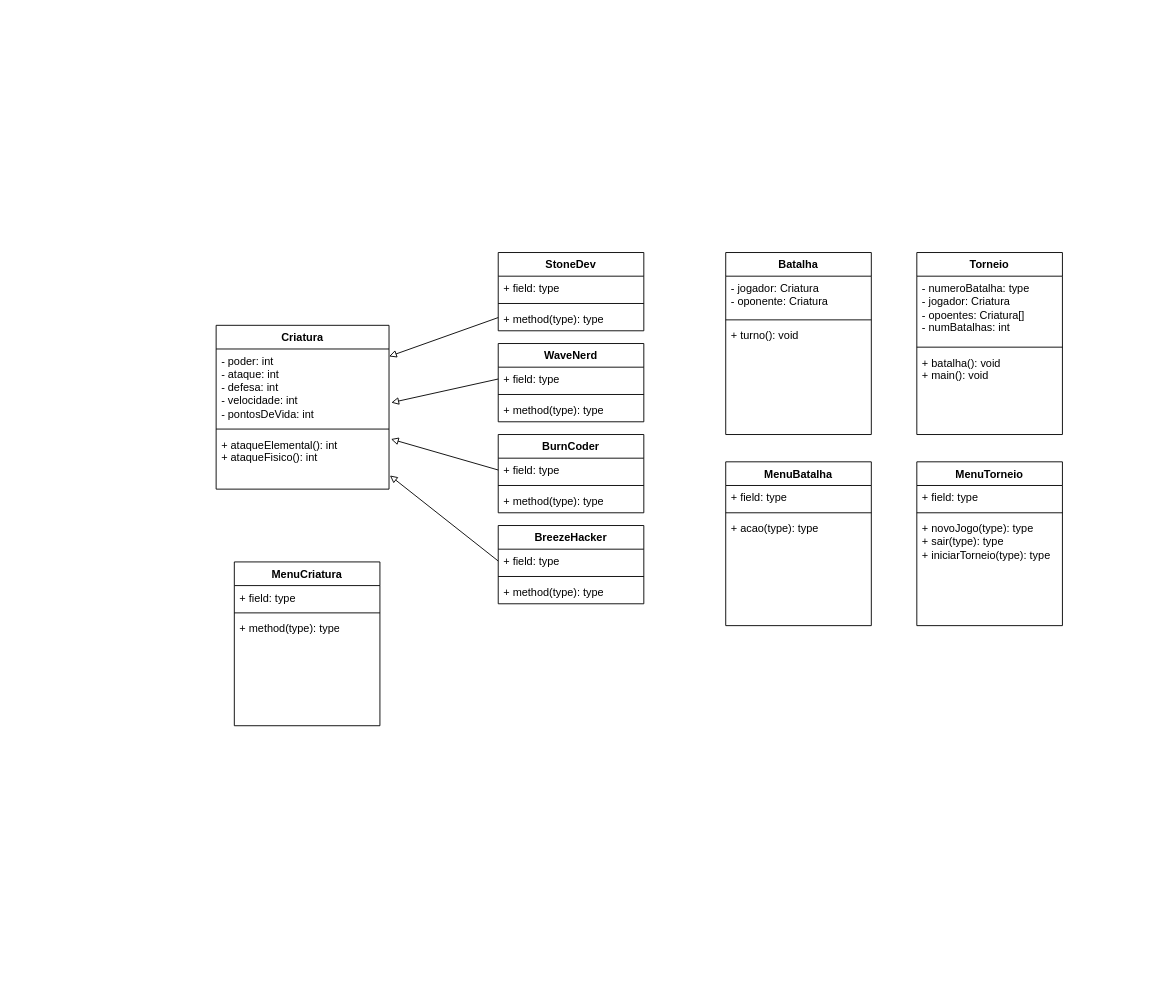
Above: Esquema trabalho poo.drawio in Felipe-Borba/ElementOOPs (draw.io), before the change. Source tidied: cells renumbered, new cells numbered last; positions are measured from the earlier drawing's top-left corner, leaving out a move shared by most shapes. Both pictures are drawn from the tidied source at 91%, with x=0, y=0 at pixel (216, 252).
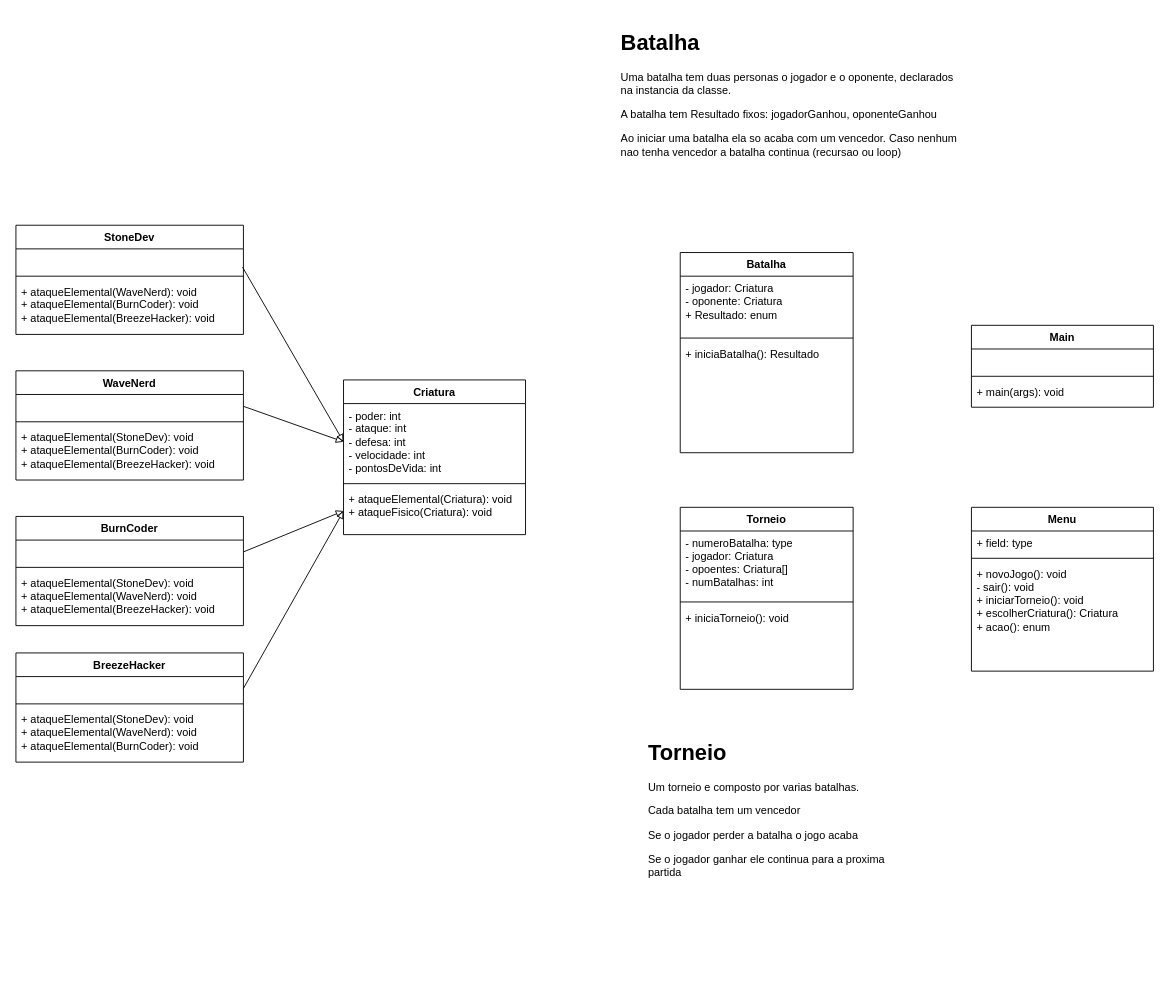
Above is the later version.

Commit message:
complement project schema

Change to the diagram source:
```diff
@@
     <mxCell id="2" value="Criatura" style="swimlane;fontStyle=1;align=center;verticalAlign=top;horizontal=1;startSize=26;whiteSpace=wrap;html=1;" parent="1" vertex="1">
-      <mxGeometry y="80" width="190" height="180" as="geometry" />
+      <mxGeometry x="140" y="140" width="200" height="170" as="geometry" />
     </mxCell>
     <mxCell id="3" value="- poder: int&lt;br&gt;- ataque: int&lt;br&gt;- defesa: int&lt;br&gt;- velocidade: int&lt;br&gt;- pontosDeVida: int" style="text;strokeColor=none;fillColor=none;align=left;verticalAlign=top;spacingLeft=4;spacingRight=4;overflow=hidden;points=[[0,0.5],[1,0.5]];portConstraint=eastwest;whiteSpace=wrap;html=1;" parent="2" vertex="1">
-      <mxGeometry y="26" width="190" height="84" as="geometry" />
+      <mxGeometry y="26" width="200" height="84" as="geometry" />
     </mxCell>
     <mxCell id="4" style="line;strokeWidth=1;fillColor=none;align=left;verticalAlign=middle;spacingTop=-1;spacingLeft=3;spacingRight=3;labelPosition=right;strokeColor=inherit;" parent="2" vertex="1">
-      <mxGeometry y="110" width="190" height="8" as="geometry" />
+      <mxGeometry y="110" width="200" height="8" as="geometry" />
     </mxCell>
-    <mxCell id="5" value="+&amp;nbsp;ataqueElemental(): int&lt;br&gt;+ ataqueFisico(): int" style="text;strokeColor=none;fillColor=none;align=left;verticalAlign=top;spacingLeft=4;spacingRight=4;overflow=hidden;points=[[0,0.5],[1,0.5]];portConstraint=eastwest;whiteSpace=wrap;html=1;" parent="2" vertex="1">
-      <mxGeometry y="118" width="190" height="62" as="geometry" />
+    <mxCell id="5" value="+&amp;nbsp;ataqueElemental(Criatura): void&lt;br&gt;+ ataqueFisico(Criatura): void" style="text;strokeColor=none;fillColor=none;align=left;verticalAlign=top;spacingLeft=4;spacingRight=4;overflow=hidden;points=[[0,0.5],[1,0.5]];portConstraint=eastwest;whiteSpace=wrap;html=1;" parent="2" vertex="1">
+      <mxGeometry y="118" width="200" height="52" as="geometry" />
     </mxCell>
-    <mxCell id="6" style="rounded=0;jettySize=auto;html=1;endArrow=block;endFill=0;" parent="1" edge="1" source="7" target="3">
+    <mxCell id="6" style="rounded=0;jettySize=auto;html=1;endArrow=block;endFill=0;entryX=0;entryY=0.5;entryDx=0;entryDy=0;exitX=0.996;exitY=0.769;exitDx=0;exitDy=0;exitPerimeter=0;" parent="1" edge="1" source="8" target="3">
       <mxGeometry relative="1" as="geometry" />
     </mxCell>
     <mxCell id="7" value="StoneDev" style="swimlane;fontStyle=1;align=center;verticalAlign=top;horizontal=1;startSize=26;whiteSpace=wrap;html=1;" parent="1" vertex="1">
-      <mxGeometry x="310" width="160" height="86" as="geometry" />
+      <mxGeometry x="-220" y="-30" width="250" height="120" as="geometry" />
     </mxCell>
-    <mxCell id="8" value="+ field: type" style="text;strokeColor=none;fillColor=none;align=left;verticalAlign=top;spacingLeft=4;spacingRight=4;overflow=hidden;points=[[0,0.5],[1,0.5]];portConstraint=eastwest;whiteSpace=wrap;html=1;" parent="7" vertex="1">
-      <mxGeometry y="26" width="160" height="26" as="geometry" />
+    <mxCell id="8" value="&amp;nbsp;" style="text;strokeColor=none;fillColor=none;align=left;verticalAlign=top;spacingLeft=4;spacingRight=4;overflow=hidden;points=[[0,0.5],[1,0.5]];portConstraint=eastwest;whiteSpace=wrap;html=1;" parent="7" vertex="1">
+      <mxGeometry y="26" width="250" height="26" as="geometry" />
     </mxCell>
     <mxCell id="9" style="line;strokeWidth=1;fillColor=none;align=left;verticalAlign=middle;spacingTop=-1;spacingLeft=3;spacingRight=3;labelPosition=right;strokeColor=inherit;" parent="7" vertex="1">
-      <mxGeometry y="52" width="160" height="8" as="geometry" />
+      <mxGeometry y="52" width="250" height="8" as="geometry" />
     </mxCell>
-    <mxCell id="10" value="+ method(type): type" style="text;strokeColor=none;fillColor=none;align=left;verticalAlign=top;spacingLeft=4;spacingRight=4;overflow=hidden;whiteSpace=wrap;html=1;" parent="7" vertex="1">
-      <mxGeometry y="60" width="160" height="26" as="geometry" />
+    <mxCell id="10" value="+ ataqueElemental(WaveNerd): void&lt;br&gt;+ ataqueElemental(BurnCoder): void&lt;br&gt;+ ataqueElemental(BreezeHacker): void" style="text;strokeColor=none;fillColor=none;align=left;verticalAlign=top;spacingLeft=4;spacingRight=4;overflow=hidden;whiteSpace=wrap;html=1;" parent="7" vertex="1">
+      <mxGeometry y="60" width="250" height="60" as="geometry" />
     </mxCell>
     <mxCell id="11" value="WaveNerd" style="swimlane;fontStyle=1;align=center;verticalAlign=top;horizontal=1;startSize=26;whiteSpace=wrap;html=1;" parent="1" vertex="1">
-      <mxGeometry x="310" y="100" width="160" height="86" as="geometry" />
+      <mxGeometry x="-220" y="130" width="250" height="120" as="geometry" />
     </mxCell>
-    <mxCell id="12" value="+ field: type" style="text;strokeColor=none;fillColor=none;align=left;verticalAlign=top;spacingLeft=4;spacingRight=4;overflow=hidden;points=[[0,0.5],[1,0.5]];portConstraint=eastwest;whiteSpace=wrap;html=1;" parent="11" vertex="1">
-      <mxGeometry y="26" width="160" height="26" as="geometry" />
+    <mxCell id="12" value="&amp;nbsp;" style="text;strokeColor=none;fillColor=none;align=left;verticalAlign=top;spacingLeft=4;spacingRight=4;overflow=hidden;points=[[0,0.5],[1,0.5]];portConstraint=eastwest;whiteSpace=wrap;html=1;" parent="11" vertex="1">
+      <mxGeometry y="26" width="250" height="26" as="geometry" />
     </mxCell>
     <mxCell id="13" style="line;strokeWidth=1;fillColor=none;align=left;verticalAlign=middle;spacingTop=-1;spacingLeft=3;spacingRight=3;labelPosition=right;strokeColor=inherit;" parent="11" vertex="1">
-      <mxGeometry y="52" width="160" height="8" as="geometry" />
+      <mxGeometry y="52" width="250" height="8" as="geometry" />
     </mxCell>
-    <mxCell id="14" value="+ method(type): type" style="text;strokeColor=none;fillColor=none;align=left;verticalAlign=top;spacingLeft=4;spacingRight=4;overflow=hidden;whiteSpace=wrap;html=1;" parent="11" vertex="1">
-      <mxGeometry y="60" width="160" height="26" as="geometry" />
+    <mxCell id="14" value="+ ataqueElemental(StoneDev): void&lt;br style=&quot;border-color: var(--border-color);&quot;&gt;+ ataqueElemental(BurnCoder): void&lt;br style=&quot;border-color: var(--border-color);&quot;&gt;+ ataqueElemental(BreezeHacker): void" style="text;strokeColor=none;fillColor=none;align=left;verticalAlign=top;spacingLeft=4;spacingRight=4;overflow=hidden;whiteSpace=wrap;html=1;" parent="11" vertex="1">
+      <mxGeometry y="60" width="250" height="60" as="geometry" />
     </mxCell>
     <mxCell id="15" value="BurnCoder" style="swimlane;fontStyle=1;align=center;verticalAlign=top;horizontal=1;startSize=26;whiteSpace=wrap;html=1;" parent="1" vertex="1">
-      <mxGeometry x="310" y="200" width="160" height="86" as="geometry" />
+      <mxGeometry x="-220" y="290" width="250" height="120" as="geometry" />
     </mxCell>
-    <mxCell id="16" value="+ field: type" style="text;strokeColor=none;fillColor=none;align=left;verticalAlign=top;spacingLeft=4;spacingRight=4;overflow=hidden;points=[[0,0.5],[1,0.5]];portConstraint=eastwest;whiteSpace=wrap;html=1;" parent="15" vertex="1">
-      <mxGeometry y="26" width="160" height="26" as="geometry" />
+    <mxCell id="16" value="&amp;nbsp;" style="text;strokeColor=none;fillColor=none;align=left;verticalAlign=top;spacingLeft=4;spacingRight=4;overflow=hidden;points=[[0,0.5],[1,0.5]];portConstraint=eastwest;whiteSpace=wrap;html=1;" parent="15" vertex="1">
+      <mxGeometry y="26" width="250" height="26" as="geometry" />
     </mxCell>
     <mxCell id="17" style="line;strokeWidth=1;fillColor=none;align=left;verticalAlign=middle;spacingTop=-1;spacingLeft=3;spacingRight=3;labelPosition=right;strokeColor=inherit;" parent="15" vertex="1">
-      <mxGeometry y="52" width="160" height="8" as="geometry" />
+      <mxGeometry y="52" width="250" height="8" as="geometry" />
     </mxCell>
-    <mxCell id="18" value="+ method(type): type" style="text;strokeColor=none;fillColor=none;align=left;verticalAlign=top;spacingLeft=4;spacingRight=4;overflow=hidden;whiteSpace=wrap;html=1;" parent="15" vertex="1">
-      <mxGeometry y="60" width="160" height="26" as="geometry" />
+    <mxCell id="18" value="+ ataqueElemental(StoneDev): void&lt;br style=&quot;border-color: var(--border-color);&quot;&gt;+ ataqueElemental(WaveNerd): void&lt;br style=&quot;border-color: var(--border-color);&quot;&gt;+ ataqueElemental(BreezeHacker): void" style="text;strokeColor=none;fillColor=none;align=left;verticalAlign=top;spacingLeft=4;spacingRight=4;overflow=hidden;whiteSpace=wrap;html=1;" parent="15" vertex="1">
+      <mxGeometry y="60" width="250" height="60" as="geometry" />
     </mxCell>
     <mxCell id="19" value="BreezeHacker" style="swimlane;fontStyle=1;align=center;verticalAlign=top;horizontal=1;startSize=26;whiteSpace=wrap;html=1;" parent="1" vertex="1">
-      <mxGeometry x="310" y="300" width="160" height="86" as="geometry" />
+      <mxGeometry x="-220" y="440" width="250" height="120" as="geometry" />
     </mxCell>
-    <mxCell id="20" value="+ field: type" style="text;strokeColor=none;fillColor=none;align=left;verticalAlign=top;spacingLeft=4;spacingRight=4;overflow=hidden;points=[[0,0.5],[1,0.5]];portConstraint=eastwest;whiteSpace=wrap;html=1;" parent="19" vertex="1">
-      <mxGeometry y="26" width="160" height="26" as="geometry" />
+    <mxCell id="20" value="&amp;nbsp;" style="text;strokeColor=none;fillColor=none;align=left;verticalAlign=top;spacingLeft=4;spacingRight=4;overflow=hidden;points=[[0,0.5],[1,0.5]];portConstraint=eastwest;whiteSpace=wrap;html=1;" parent="19" vertex="1">
+      <mxGeometry y="26" width="250" height="26" as="geometry" />
     </mxCell>
     <mxCell id="21" style="line;strokeWidth=1;fillColor=none;align=left;verticalAlign=middle;spacingTop=-1;spacingLeft=3;spacingRight=3;labelPosition=right;strokeColor=inherit;" parent="19" vertex="1">
-      <mxGeometry y="52" width="160" height="8" as="geometry" />
+      <mxGeometry y="52" width="250" height="8" as="geometry" />
     </mxCell>
-    <mxCell id="22" value="+ method(type): type" style="text;strokeColor=none;fillColor=none;align=left;verticalAlign=top;spacingLeft=4;spacingRight=4;overflow=hidden;whiteSpace=wrap;html=1;" parent="19" vertex="1">
-      <mxGeometry y="60" width="160" height="26" as="geometry" />
+    <mxCell id="22" value="+ ataqueElemental(StoneDev): void&lt;br style=&quot;border-color: var(--border-color);&quot;&gt;+ ataqueElemental(WaveNerd): void&lt;br style=&quot;border-color: var(--border-color);&quot;&gt;+ ataqueElemental(BurnCoder): void" style="text;strokeColor=none;fillColor=none;align=left;verticalAlign=top;spacingLeft=4;spacingRight=4;overflow=hidden;whiteSpace=wrap;html=1;" parent="19" vertex="1">
+      <mxGeometry y="60" width="250" height="60" as="geometry" />
     </mxCell>
-    <mxCell id="23" style="rounded=0;jettySize=auto;html=1;endArrow=block;endFill=0;entryX=1.013;entryY=0.702;entryDx=0;entryDy=0;entryPerimeter=0;exitX=0;exitY=0.5;exitDx=0;exitDy=0;" parent="1" edge="1" source="12" target="3">
+    <mxCell id="23" style="rounded=0;jettySize=auto;html=1;endArrow=block;endFill=0;entryX=0;entryY=0.5;entryDx=0;entryDy=0;exitX=1;exitY=0.5;exitDx=0;exitDy=0;" parent="1" edge="1" source="12" target="3">
       <mxGeometry relative="1" as="geometry" />
     </mxCell>
     <mxCell id="24" value="Torneio" style="swimlane;fontStyle=1;align=center;verticalAlign=top;horizontal=1;startSize=26;whiteSpace=wrap;html=1;" parent="1" vertex="1">
-      <mxGeometry x="770" width="160" height="200" as="geometry" />
+      <mxGeometry x="510" y="280" width="190" height="200" as="geometry" />
     </mxCell>
     <mxCell id="25" value="- numeroBatalha: type&lt;br&gt;- jogador: Criatura&lt;br&gt;- opoentes: Criatura[]&lt;br&gt;- numBatalhas: int" style="text;strokeColor=none;fillColor=none;align=left;verticalAlign=top;spacingLeft=4;spacingRight=4;overflow=hidden;whiteSpace=wrap;html=1;" parent="24" vertex="1">
-      <mxGeometry y="26" width="160" height="74" as="geometry" />
+      <mxGeometry y="26" width="190" height="74" as="geometry" />
     </mxCell>
     <mxCell id="26" style="line;strokeWidth=1;fillColor=none;align=left;verticalAlign=middle;spacingTop=-1;spacingLeft=3;spacingRight=3;labelPosition=right;strokeColor=inherit;" parent="24" vertex="1">
-      <mxGeometry y="100" width="160" height="8" as="geometry" />
+      <mxGeometry y="100" width="190" height="8" as="geometry" />
     </mxCell>
-    <mxCell id="27" value="+ batalha(): void&lt;br&gt;+ main(): void" style="text;strokeColor=none;fillColor=none;align=left;verticalAlign=top;spacingLeft=4;spacingRight=4;overflow=hidden;whiteSpace=wrap;html=1;" parent="24" vertex="1">
-      <mxGeometry y="108" width="160" height="92" as="geometry" />
+    <mxCell id="27" value="+ iniciaTorneio(): void" style="text;strokeColor=none;fillColor=none;align=left;verticalAlign=top;spacingLeft=4;spacingRight=4;overflow=hidden;whiteSpace=wrap;html=1;" parent="24" vertex="1">
+      <mxGeometry y="108" width="190" height="92" as="geometry" />
     </mxCell>
-    <mxCell id="28" value="MenuTorneio" style="swimlane;fontStyle=1;align=center;verticalAlign=top;horizontal=1;startSize=26;whiteSpace=wrap;html=1;" parent="1" vertex="1">
-      <mxGeometry x="770" y="230" width="160" height="180" as="geometry" />
+    <mxCell id="28" value="Menu&lt;br&gt;" style="swimlane;fontStyle=1;align=center;verticalAlign=top;horizontal=1;startSize=26;whiteSpace=wrap;html=1;" parent="1" vertex="1">
+      <mxGeometry x="830" y="280" width="200" height="180" as="geometry" />
     </mxCell>
     <mxCell id="29" value="+ field: type" style="text;strokeColor=none;fillColor=none;align=left;verticalAlign=top;spacingLeft=4;spacingRight=4;overflow=hidden;whiteSpace=wrap;html=1;" parent="28" vertex="1">
-      <mxGeometry y="26" width="160" height="26" as="geometry" />
+      <mxGeometry y="26" width="200" height="26" as="geometry" />
     </mxCell>
     <mxCell id="30" style="line;strokeWidth=1;fillColor=none;align=left;verticalAlign=middle;spacingTop=-1;spacingLeft=3;spacingRight=3;labelPosition=right;strokeColor=inherit;" parent="28" vertex="1">
-      <mxGeometry y="52" width="160" height="8" as="geometry" />
+      <mxGeometry y="52" width="200" height="8" as="geometry" />
     </mxCell>
-    <mxCell id="31" value="+ novoJogo(type): type&lt;br&gt;+ sair(type): type&lt;br&gt;+ iniciarTorneio(type): type" style="text;strokeColor=none;fillColor=none;align=left;verticalAlign=top;spacingLeft=4;spacingRight=4;overflow=hidden;whiteSpace=wrap;html=1;" parent="28" vertex="1">
-      <mxGeometry y="60" width="160" height="120" as="geometry" />
+    <mxCell id="31" value="+ novoJogo(): void&lt;br&gt;- sair(): void&lt;br&gt;+ iniciarTorneio(): void&lt;br&gt;+ escolherCriatura(): Criatura&lt;br&gt;+ acao(): enum" style="text;strokeColor=none;fillColor=none;align=left;verticalAlign=top;spacingLeft=4;spacingRight=4;overflow=hidden;whiteSpace=wrap;html=1;" parent="28" vertex="1">
+      <mxGeometry y="60" width="200" height="120" as="geometry" />
     </mxCell>
     <mxCell id="32" value="Batalha" style="swimlane;fontStyle=1;align=center;verticalAlign=top;horizontal=1;startSize=26;whiteSpace=wrap;html=1;" parent="1" vertex="1">
-      <mxGeometry x="560" width="160" height="200" as="geometry" />
+      <mxGeometry x="510" width="190" height="220" as="geometry" />
     </mxCell>
-    <mxCell id="33" value="- jogador: Criatura&lt;br&gt;- oponente: Criatura" style="text;strokeColor=none;fillColor=none;align=left;verticalAlign=top;spacingLeft=4;spacingRight=4;overflow=hidden;whiteSpace=wrap;html=1;" parent="32" vertex="1">
-      <mxGeometry y="26" width="160" height="44" as="geometry" />
+    <mxCell id="33" value="- jogador: Criatura&lt;br&gt;- oponente: Criatura&lt;br&gt;+ Resultado: enum" style="text;strokeColor=none;fillColor=none;align=left;verticalAlign=top;spacingLeft=4;spacingRight=4;overflow=hidden;whiteSpace=wrap;html=1;" parent="32" vertex="1">
+      <mxGeometry y="26" width="190" height="64" as="geometry" />
     </mxCell>
     <mxCell id="34" style="line;strokeWidth=1;fillColor=none;align=left;verticalAlign=middle;spacingTop=-1;spacingLeft=3;spacingRight=3;labelPosition=right;strokeColor=inherit;" parent="32" vertex="1">
-      <mxGeometry y="70" width="160" height="8" as="geometry" />
+      <mxGeometry y="90" width="190" height="8" as="geometry" />
     </mxCell>
-    <mxCell id="35" value="+ turno(): void" style="text;strokeColor=none;fillColor=none;align=left;verticalAlign=top;spacingLeft=4;spacingRight=4;overflow=hidden;whiteSpace=wrap;html=1;" parent="32" vertex="1">
-      <mxGeometry y="78" width="160" height="122" as="geometry" />
+    <mxCell id="35" value="+ iniciaBatalha(): Resultado" style="text;strokeColor=none;fillColor=none;align=left;verticalAlign=top;spacingLeft=4;spacingRight=4;overflow=hidden;whiteSpace=wrap;html=1;" parent="32" vertex="1">
+      <mxGeometry y="98" width="190" height="122" as="geometry" />
     </mxCell>
-    <mxCell id="36" value="MenuBatalha" style="swimlane;fontStyle=1;align=center;verticalAlign=top;horizontal=1;startSize=26;whiteSpace=wrap;html=1;" parent="1" vertex="1">
-      <mxGeometry x="560" y="230" width="160" height="180" as="geometry" />
-    </mxCell>
-    <mxCell id="37" value="+ field: type" style="text;strokeColor=none;fillColor=none;align=left;verticalAlign=top;spacingLeft=4;spacingRight=4;overflow=hidden;whiteSpace=wrap;html=1;" parent="36" vertex="1">
-      <mxGeometry y="26" width="160" height="26" as="geometry" />
-    </mxCell>
-    <mxCell id="38" style="line;strokeWidth=1;fillColor=none;align=left;verticalAlign=middle;spacingTop=-1;spacingLeft=3;spacingRight=3;labelPosition=right;strokeColor=inherit;" parent="36" vertex="1">
-      <mxGeometry y="52" width="160" height="8" as="geometry" />
-    </mxCell>
-    <mxCell id="39" value="+ acao(type): type" style="text;strokeColor=none;fillColor=none;align=left;verticalAlign=top;spacingLeft=4;spacingRight=4;overflow=hidden;whiteSpace=wrap;html=1;" parent="36" vertex="1">
-      <mxGeometry y="60" width="160" height="120" as="geometry" />
-    </mxCell>
-    <mxCell id="40" value="MenuCriatura" style="swimlane;fontStyle=1;align=center;verticalAlign=top;horizontal=1;startSize=26;whiteSpace=wrap;html=1;" parent="1" vertex="1">
-      <mxGeometry x="20" y="340" width="160" height="180" as="geometry" />
-    </mxCell>
-    <mxCell id="41" value="+ field: type" style="text;strokeColor=none;fillColor=none;align=left;verticalAlign=top;spacingLeft=4;spacingRight=4;overflow=hidden;whiteSpace=wrap;html=1;" parent="40" vertex="1">
-      <mxGeometry y="26" width="160" height="26" as="geometry" />
-    </mxCell>
-    <mxCell id="42" style="line;strokeWidth=1;fillColor=none;align=left;verticalAlign=middle;spacingTop=-1;spacingLeft=3;spacingRight=3;labelPosition=right;strokeColor=inherit;" parent="40" vertex="1">
-      <mxGeometry y="52" width="160" height="8" as="geometry" />
-    </mxCell>
-    <mxCell id="43" value="+ method(type): type" style="text;strokeColor=none;fillColor=none;align=left;verticalAlign=top;spacingLeft=4;spacingRight=4;overflow=hidden;whiteSpace=wrap;html=1;" parent="40" vertex="1">
-      <mxGeometry y="60" width="160" height="120" as="geometry" />
-    </mxCell>
-    <mxCell id="44" style="edgeStyle=none;rounded=0;jettySize=auto;html=1;exitX=0;exitY=0.5;exitDx=0;exitDy=0;entryX=1.011;entryY=0.113;entryDx=0;entryDy=0;entryPerimeter=0;endArrow=block;endFill=0;" parent="1" edge="1" source="16" target="5">
+    <mxCell id="44" style="edgeStyle=none;rounded=0;jettySize=auto;html=1;exitX=1;exitY=0.5;exitDx=0;exitDy=0;entryX=0;entryY=0.5;entryDx=0;entryDy=0;endArrow=block;endFill=0;" parent="1" edge="1" source="16" target="5">
       <mxGeometry relative="1" as="geometry" />
     </mxCell>
-    <mxCell id="45" style="edgeStyle=none;rounded=0;jettySize=auto;html=1;exitX=0;exitY=0.5;exitDx=0;exitDy=0;entryX=1.005;entryY=0.758;entryDx=0;entryDy=0;entryPerimeter=0;endArrow=block;endFill=0;" parent="1" edge="1" source="20" target="5">
+    <mxCell id="45" style="edgeStyle=none;rounded=0;jettySize=auto;html=1;exitX=1;exitY=0.5;exitDx=0;exitDy=0;entryX=0;entryY=0.5;entryDx=0;entryDy=0;endArrow=block;endFill=0;" parent="1" edge="1" source="20" target="5">
       <mxGeometry relative="1" as="geometry" />
     </mxCell>
+    <mxCell id="46" value="Main" style="swimlane;fontStyle=1;align=center;verticalAlign=top;horizontal=1;startSize=26;whiteSpace=wrap;html=1;" parent="1" vertex="1">
+      <mxGeometry x="830" y="80" width="200" height="90" as="geometry" />
+    </mxCell>
+    <mxCell id="47" value="&amp;nbsp;" style="text;strokeColor=none;fillColor=none;align=left;verticalAlign=top;spacingLeft=4;spacingRight=4;overflow=hidden;whiteSpace=wrap;html=1;" parent="46" vertex="1">
+      <mxGeometry y="26" width="200" height="26" as="geometry" />
+    </mxCell>
+    <mxCell id="48" style="line;strokeWidth=1;fillColor=none;align=left;verticalAlign=middle;spacingTop=-1;spacingLeft=3;spacingRight=3;labelPosition=right;strokeColor=inherit;" parent="46" vertex="1">
+      <mxGeometry y="52" width="200" height="8" as="geometry" />
+    </mxCell>
+    <mxCell id="49" value="+ main(args): void" style="text;strokeColor=none;fillColor=none;align=left;verticalAlign=top;spacingLeft=4;spacingRight=4;overflow=hidden;whiteSpace=wrap;html=1;" parent="46" vertex="1">
+      <mxGeometry y="60" width="200" height="30" as="geometry" />
+    </mxCell>
+    <mxCell id="50" value="&lt;h1&gt;Torneio&lt;/h1&gt;&lt;p&gt;Um torneio e composto por varias batalhas.&lt;/p&gt;&lt;p&gt;Cada batalha tem um vencedor&lt;/p&gt;&lt;p&gt;Se o jogador perder a batalha o jogo acaba&lt;/p&gt;&lt;p&gt;Se o jogador ganhar ele continua para a proxima partida&lt;/p&gt;&lt;p&gt;&lt;br&gt;&lt;/p&gt;" style="text;html=1;strokeColor=none;fillColor=none;spacing=5;spacingTop=-20;whiteSpace=wrap;overflow=hidden;rounded=0;" parent="1" vertex="1">
+      <mxGeometry x="470" y="530" width="280" height="260" as="geometry" />
+    </mxCell>
+    <mxCell id="51" value="&lt;h1&gt;Batalha&lt;/h1&gt;&lt;p&gt;Uma batalha tem duas personas o jogador e o oponente, declarados na instancia da classe.&lt;/p&gt;&lt;p&gt;A batalha tem Resultado fixos: jogadorGanhou, oponenteGanhou&lt;/p&gt;&lt;p&gt;Ao iniciar uma batalha ela so acaba com um vencedor.&amp;nbsp;&lt;span style=&quot;background-color: initial;&quot;&gt;Caso nenhum nao tenha vencedor a batalha continua (recursao ou loop)&lt;/span&gt;&lt;/p&gt;" style="text;html=1;strokeColor=none;fillColor=none;spacing=5;spacingTop=-20;whiteSpace=wrap;overflow=hidden;rounded=0;" parent="1" vertex="1">
+      <mxGeometry x="440" y="-250" width="380" height="220" as="geometry" />
+    </mxCell>
```
